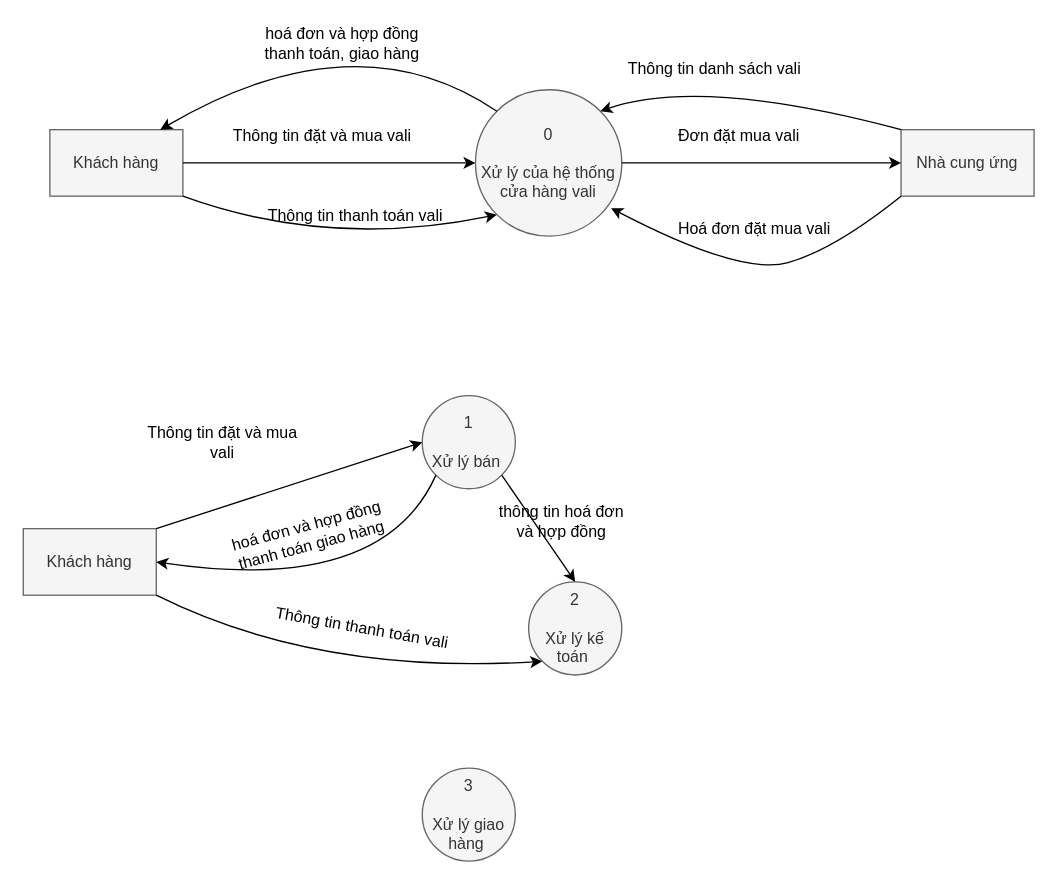
Before: source/DFD.drawio in Sylizz-1/pttk_httt_vali, a draw.io diagram. Source tidied: cells renumbered, new cells numbered last; positions are measured from the earlier drawing's top-left corner, leaving out a move shared by most shapes. Both pictures are drawn from the tidied source at 133%, with x=0, y=0 at pixel (23, 15).
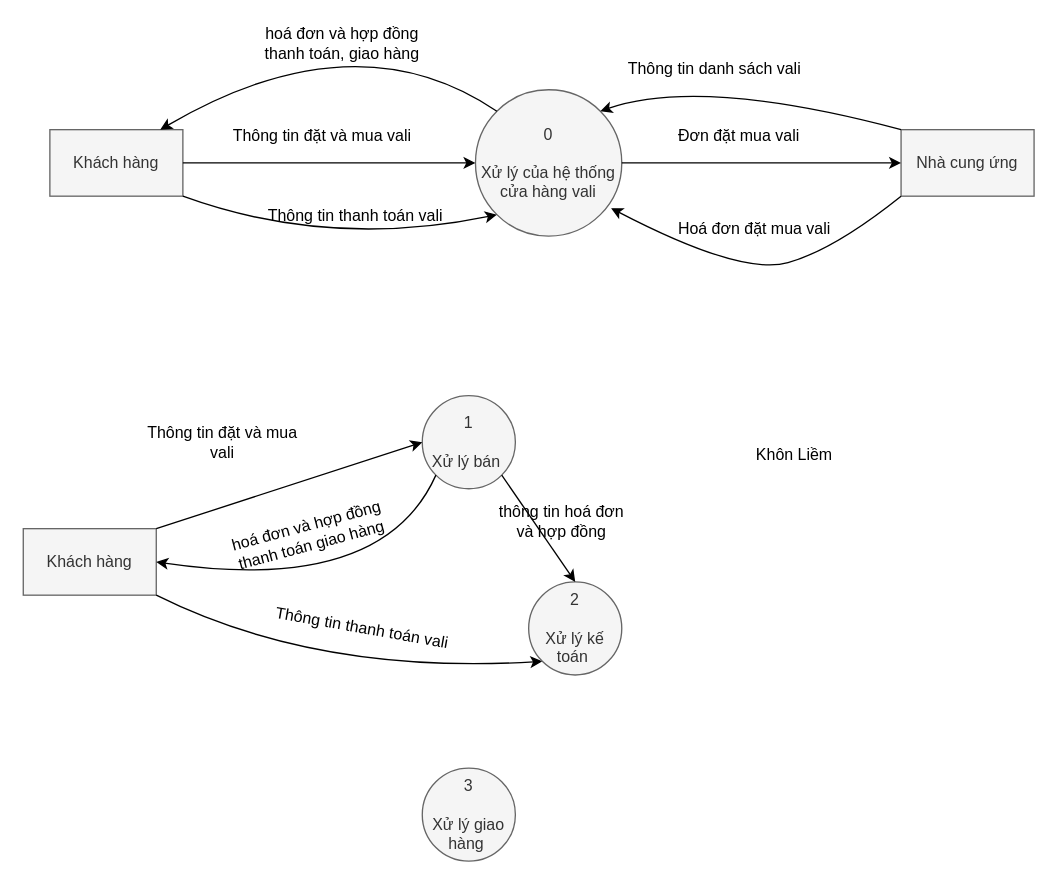
The same page after the edit.

Commit message:
add khon liềm

Change to the diagram source:
```diff
@@
+    <mxCell id="29" value="Khôn Liềm" style="text;html=1;strokeColor=none;fillColor=none;align=center;verticalAlign=middle;whiteSpace=wrap;rounded=0;" parent="1" vertex="1">
+      <mxGeometry x="550" y="316" width="60" height="30" as="geometry" />
+    </mxCell>
```
